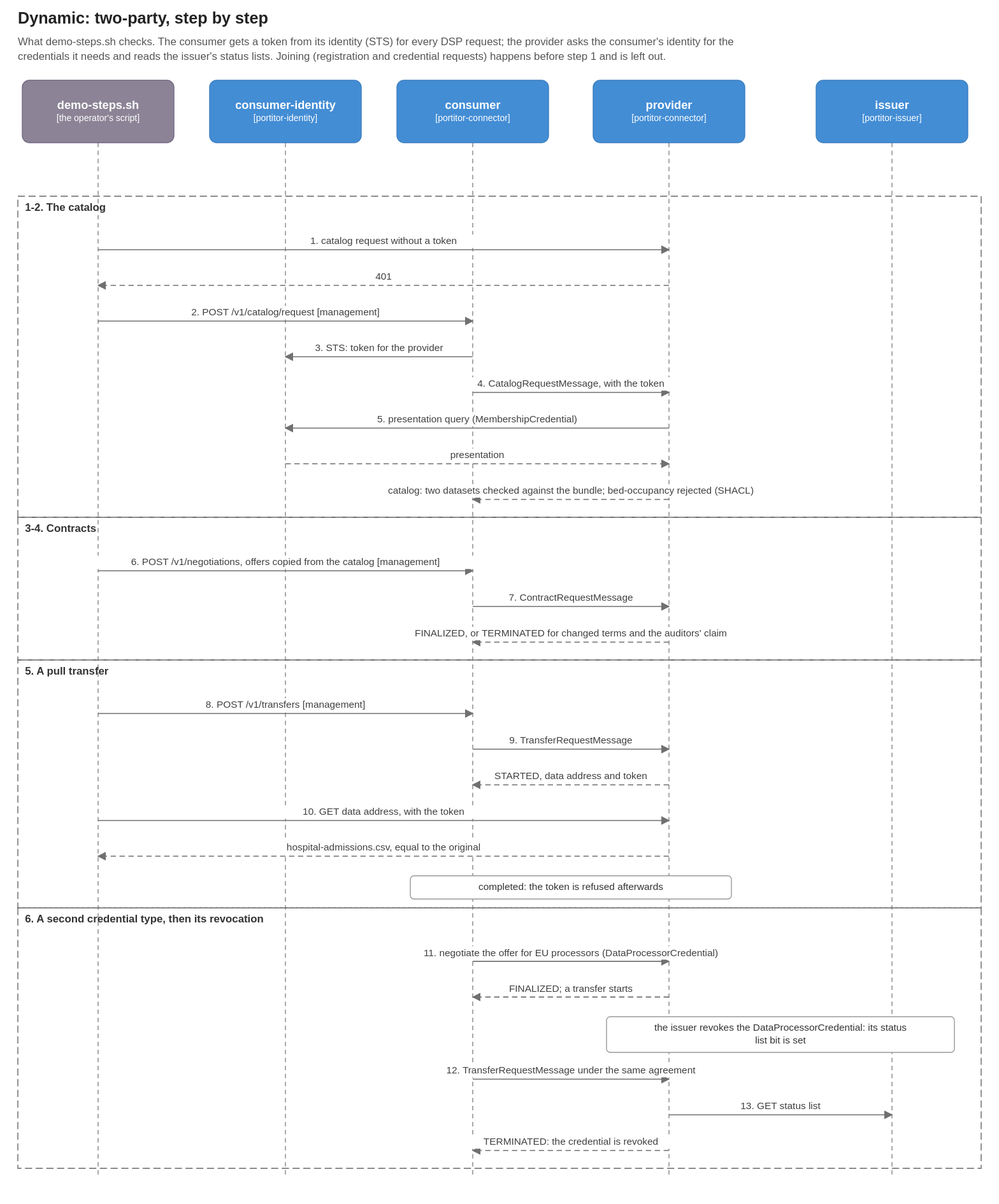
Earlier version of the draw.io export scenarios/two-party/diagrams/scenario.drawio.svg (brunopacheco1/portitor). Source tidied: cells renumbered, new cells last; positions are measured from the earlier drawing's top-left corner, leaving out a move shared by most shapes.
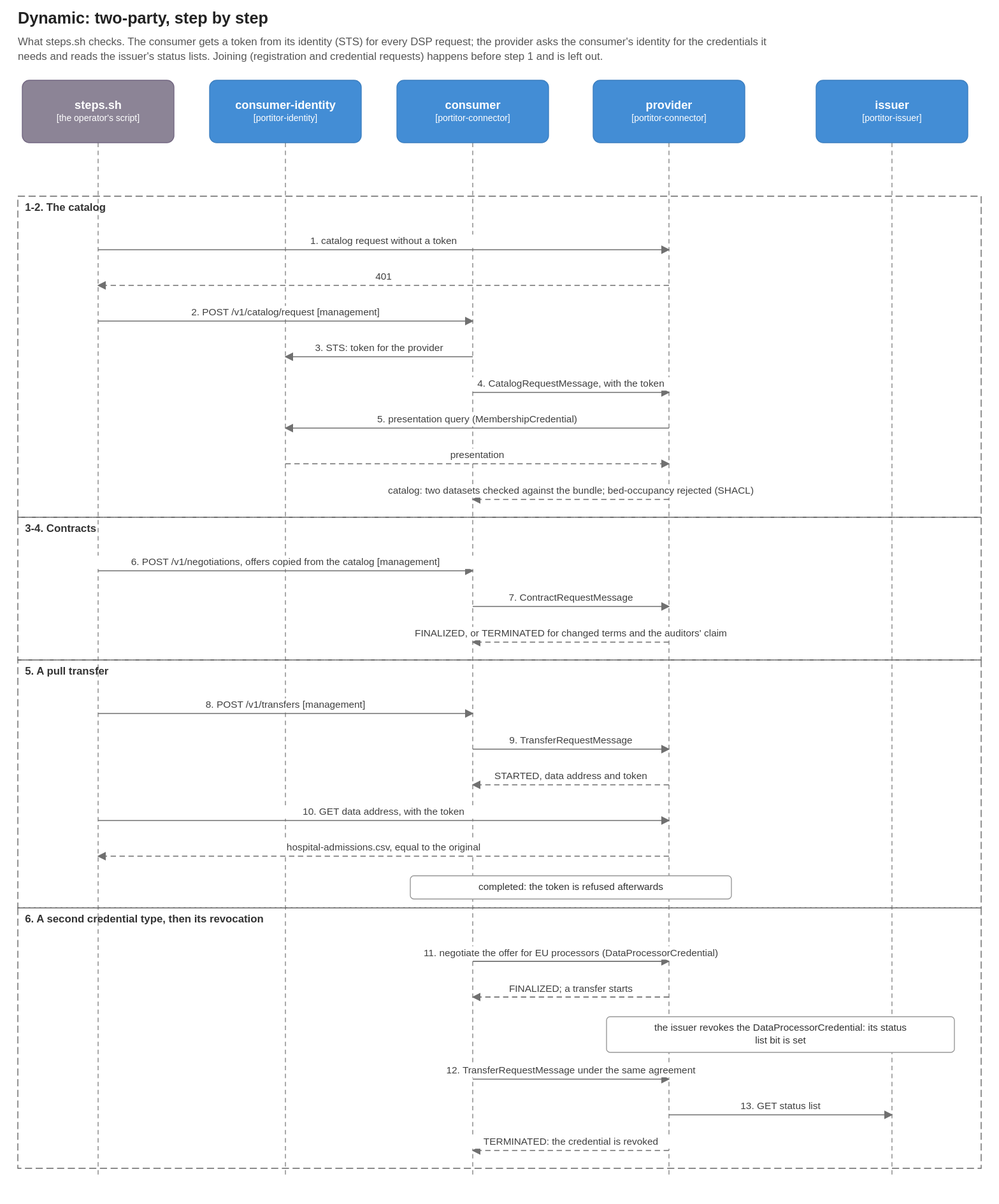
The same file after the commit.

Change to the diagram source:
```diff
@@ -5,10 +5,10 @@
     <mxCell id="2" value="Dynamic: two-party, step by step" style="text;html=1;align=left;verticalAlign=middle;fontSize=18;fontStyle=1;fontColor=#222222;whiteSpace=wrap;" parent="1" vertex="1">
       <mxGeometry width="1080" height="24" as="geometry" />
     </mxCell>
-    <mxCell id="3" value="What demo-steps.sh checks. The consumer gets a token from its identity (STS) for every DSP request; the provider asks the consumer's identity for the credentials it needs and reads the issuer's status lists. Joining (registration and credential requests) happens before step 1 and is left out." style="text;html=1;align=left;verticalAlign=top;fontSize=12;fontStyle=0;fontColor=#555555;whiteSpace=wrap;" parent="1" vertex="1">
+    <mxCell id="3" value="What steps.sh checks. The consumer gets a token from its identity (STS) for every DSP request; the provider asks the consumer's identity for the credentials it needs and reads the issuer's status lists. Joining (registration and credential requests) happens before step 1 and is left out." style="text;html=1;align=left;verticalAlign=top;fontSize=12;fontStyle=0;fontColor=#555555;whiteSpace=wrap;" parent="1" vertex="1">
       <mxGeometry y="28" width="1080" height="36" as="geometry" />
     </mxCell>
-    <mxCell id="4" value="&lt;b&gt;demo-steps.sh&lt;/b&gt;&lt;br&gt;&lt;font style=&quot;font-size:10px&quot;&gt;[the operator&amp;#x27;s script]&lt;/font&gt;" style="rounded=1;arcSize=8;whiteSpace=wrap;html=1;fillColor=#8C8496;strokeColor=#736782;fontColor=#FFFFFF;fontSize=13;align=center;verticalAlign=middle;c4Kind=external;c4Name=demo-steps.sh;" parent="1" vertex="1">
+    <mxCell id="4" value="&lt;b&gt;steps.sh&lt;/b&gt;&lt;br&gt;&lt;font style=&quot;font-size:10px&quot;&gt;[the operator&amp;#x27;s script]&lt;/font&gt;" style="rounded=1;arcSize=8;whiteSpace=wrap;html=1;fillColor=#8C8496;strokeColor=#736782;fontColor=#FFFFFF;fontSize=13;align=center;verticalAlign=middle;c4Kind=external;c4Name=steps.sh;" parent="1" vertex="1">
       <mxGeometry x="5" y="80" width="170" height="70" as="geometry" />
     </mxCell>
     <mxCell id="5" value="&lt;b&gt;consumer-identity&lt;/b&gt;&lt;br&gt;&lt;font style=&quot;font-size:10px&quot;&gt;[portitor-identity]&lt;/font&gt;" style="rounded=1;arcSize=8;whiteSpace=wrap;html=1;fillColor=#438DD5;strokeColor=#3C7FC0;fontColor=#FFFFFF;fontSize=13;align=center;verticalAlign=middle;c4Kind=container;c4Name=consumer-identity;" parent="1" vertex="1">
```
